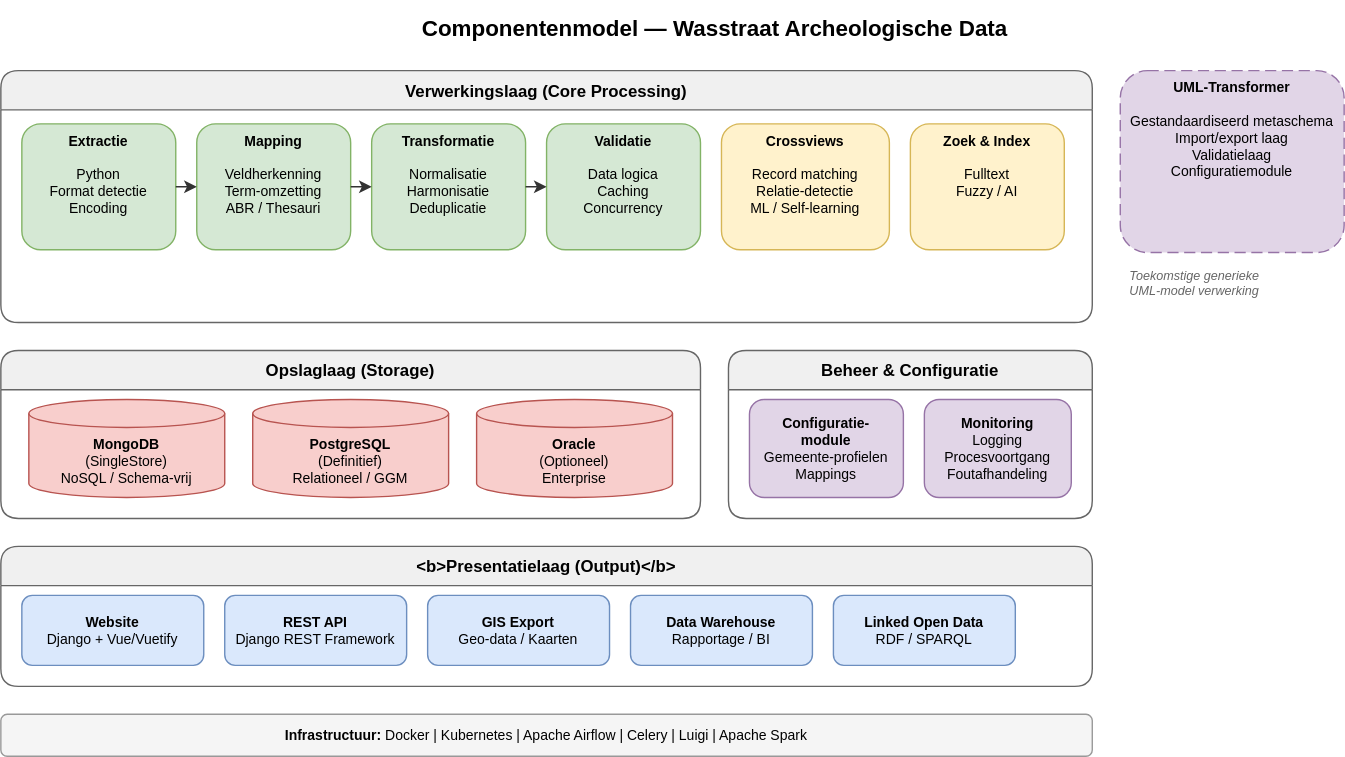
The draw.io diagram docs/images/componenten-model.svg in brienen/wasstraat_archeologische_data, before a commit. Source tidied: cells renumbered, new cells last; positions are measured from the earlier drawing's top-left corner, leaving out a move shared by most shapes.
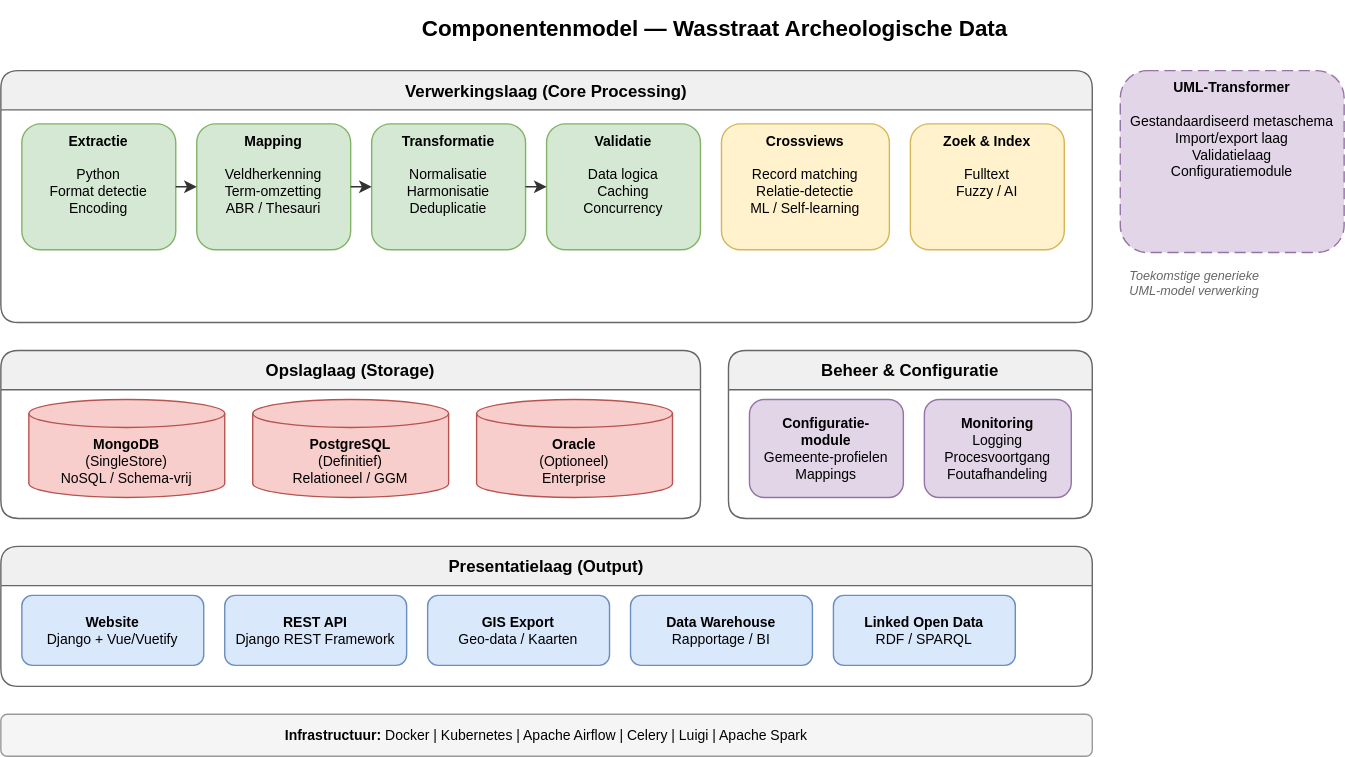
The same file after the commit.

Change to the diagram source:
```diff
@@ -56,7 +56,7 @@
     <mxCell id="19" value="&lt;b&gt;Monitoring&lt;/b&gt;&#10;Logging&#10;Procesvoortgang&#10;Foutafhandeling" style="rounded=1;whiteSpace=wrap;html=1;fillColor=#e1d5e7;strokeColor=#9673a6;fontSize=10;" parent="17" vertex="1">
       <mxGeometry x="140" y="35" width="105" height="70" as="geometry" />
     </mxCell>
-    <mxCell id="20" value="&lt;b&gt;Presentatielaag (Output)&lt;/b&gt;" style="swimlane;startSize=28;fillColor=#f0f0f0;strokeColor=#666;rounded=1;" parent="1" vertex="1">
+    <mxCell id="20" value="Presentatielaag (Output)" style="swimlane;startSize=28;fillColor=#f0f0f0;strokeColor=#666;rounded=1;" parent="1" vertex="1">
       <mxGeometry y="390" width="780" height="100" as="geometry" />
     </mxCell>
     <mxCell id="21" value="&lt;b&gt;Website&lt;/b&gt;&#10;Django + Vue/Vuetify" style="rounded=1;whiteSpace=wrap;html=1;fillColor=#dae8fc;strokeColor=#6c8ebf;fontSize=10;" parent="20" vertex="1">
```
